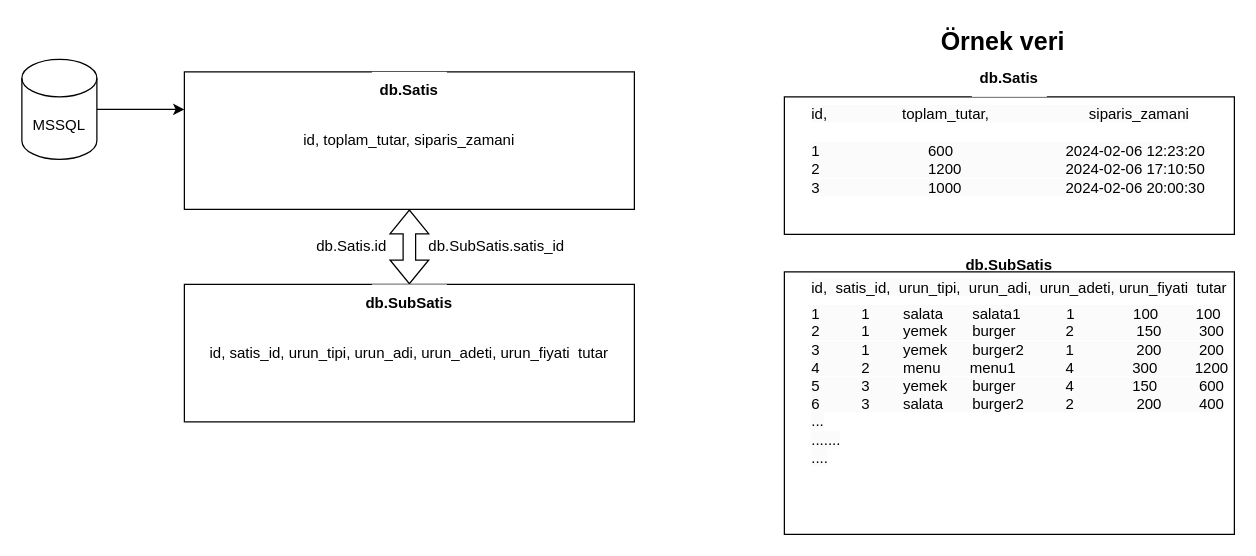
Earlier version of the draw.io diagram Başlıksız Diyagram.drawio (sinancesur34/Food-Ordering-Project). Source tidied: cells renumbered, new cells numbered last; positions are measured from the earlier drawing's top-left corner, leaving out a move shared by most shapes. Both pictures are drawn from the tidied source at 125%, with x=0, y=0 at pixel (21, 21).
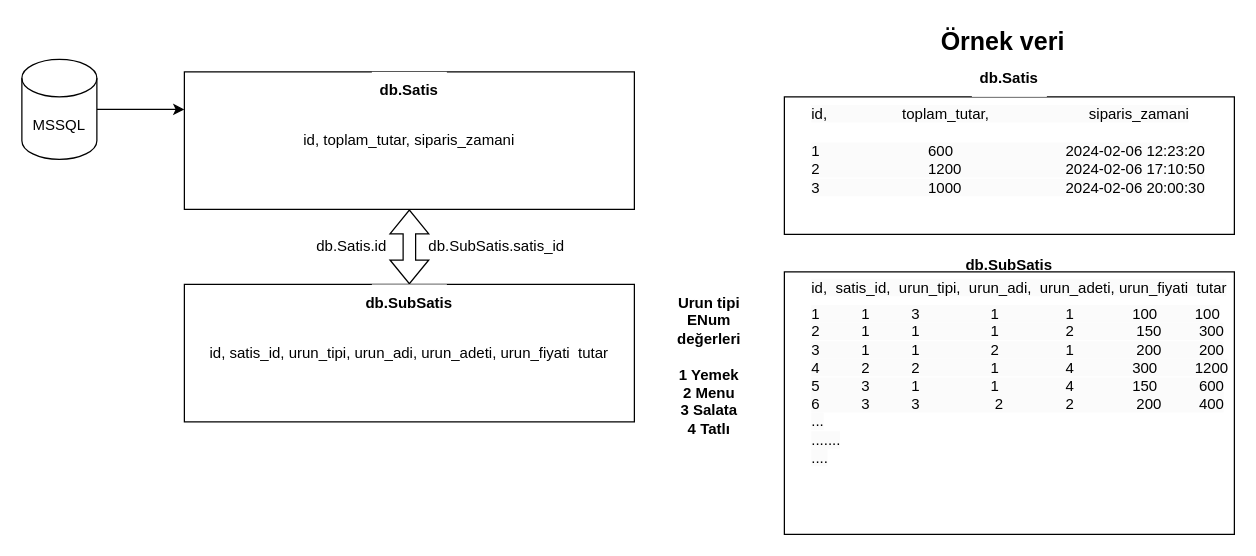
Above is the later version.

What changed in the source:
```diff
@@
-    <mxCell id="18" value="&lt;span style=&quot;color: rgb(0, 0, 0); font-family: Helvetica; font-size: 12px; font-style: normal; font-variant-ligatures: normal; font-variant-caps: normal; font-weight: 400; letter-spacing: normal; orphans: 2; text-align: center; text-indent: 0px; text-transform: none; widows: 2; word-spacing: 0px; -webkit-text-stroke-width: 0px; background-color: rgb(251, 251, 251); text-decoration-thickness: initial; text-decoration-style: initial; text-decoration-color: initial; float: none; display: inline !important;&quot;&gt;1&amp;nbsp; &amp;nbsp; &amp;nbsp; &amp;nbsp; &amp;nbsp; 1&amp;nbsp; &amp;nbsp; &amp;nbsp; &amp;nbsp; salata&amp;nbsp; &amp;nbsp; &amp;nbsp; &amp;nbsp;salata1&amp;nbsp; &amp;nbsp; &amp;nbsp; &amp;nbsp; &amp;nbsp; &amp;nbsp;1&amp;nbsp; &amp;nbsp; &amp;nbsp; &amp;nbsp; &amp;nbsp; &amp;nbsp; &amp;nbsp; 100&amp;nbsp; &amp;nbsp; &amp;nbsp; &amp;nbsp; &amp;nbsp;100&lt;br&gt;2&amp;nbsp; &amp;nbsp; &amp;nbsp; &amp;nbsp; &amp;nbsp; 1&amp;nbsp; &amp;nbsp; &amp;nbsp; &amp;nbsp; yemek&amp;nbsp; &amp;nbsp; &amp;nbsp; burger&amp;nbsp; &amp;nbsp; &amp;nbsp; &amp;nbsp; &amp;nbsp; &amp;nbsp; 2&amp;nbsp; &amp;nbsp; &amp;nbsp; &amp;nbsp; &amp;nbsp; &amp;nbsp; &amp;nbsp; &amp;nbsp;150&amp;nbsp; &amp;nbsp; &amp;nbsp; &amp;nbsp; &amp;nbsp;300&lt;br&gt;3&amp;nbsp; &amp;nbsp; &amp;nbsp; &amp;nbsp; &amp;nbsp; 1&amp;nbsp; &amp;nbsp; &amp;nbsp; &amp;nbsp; yemek&amp;nbsp; &amp;nbsp; &amp;nbsp; burger2&amp;nbsp; &amp;nbsp; &amp;nbsp; &amp;nbsp; &amp;nbsp; 1&amp;nbsp; &amp;nbsp; &amp;nbsp; &amp;nbsp; &amp;nbsp; &amp;nbsp; &amp;nbsp; &amp;nbsp;200&amp;nbsp; &amp;nbsp; &amp;nbsp; &amp;nbsp; &amp;nbsp;200&lt;br&gt;4&amp;nbsp; &amp;nbsp; &amp;nbsp; &amp;nbsp; &amp;nbsp; 2&amp;nbsp; &amp;nbsp; &amp;nbsp; &amp;nbsp; menu&amp;nbsp; &amp;nbsp; &amp;nbsp; &amp;nbsp;menu1&amp;nbsp; &amp;nbsp; &amp;nbsp; &amp;nbsp; &amp;nbsp; &amp;nbsp; 4&amp;nbsp; &amp;nbsp; &amp;nbsp; &amp;nbsp; &amp;nbsp; &amp;nbsp; &amp;nbsp; 300&amp;nbsp; &amp;nbsp; &amp;nbsp; &amp;nbsp; &amp;nbsp;1200&lt;br style=&quot;border-color: var(--border-color);&quot;&gt;5&amp;nbsp; &amp;nbsp; &amp;nbsp; &amp;nbsp; &amp;nbsp; 3&amp;nbsp; &amp;nbsp; &amp;nbsp; &amp;nbsp; yemek&amp;nbsp; &amp;nbsp; &amp;nbsp; burger&amp;nbsp; &amp;nbsp; &amp;nbsp; &amp;nbsp; &amp;nbsp; &amp;nbsp; 4&amp;nbsp; &amp;nbsp; &amp;nbsp; &amp;nbsp; &amp;nbsp; &amp;nbsp; &amp;nbsp; 150&amp;nbsp; &amp;nbsp; &amp;nbsp; &amp;nbsp; &amp;nbsp; 600&lt;br style=&quot;border-color: var(--border-color);&quot;&gt;6&amp;nbsp; &amp;nbsp; &amp;nbsp; &amp;nbsp; &amp;nbsp; 3&amp;nbsp; &amp;nbsp; &amp;nbsp; &amp;nbsp; salata&amp;nbsp; &amp;nbsp; &amp;nbsp; &amp;nbsp;burger2&amp;nbsp; &amp;nbsp; &amp;nbsp; &amp;nbsp; &amp;nbsp; 2&amp;nbsp; &amp;nbsp; &amp;nbsp; &amp;nbsp; &amp;nbsp; &amp;nbsp; &amp;nbsp; &amp;nbsp;200&amp;nbsp; &amp;nbsp; &amp;nbsp; &amp;nbsp; &amp;nbsp;400&lt;br style=&quot;border-color: var(--border-color);&quot;&gt;...&lt;br style=&quot;border-color: var(--border-color);&quot;&gt;.......&lt;br&gt;....&lt;br&gt;&lt;/span&gt;" style="text;whiteSpace=wrap;html=1;" parent="1" vertex="1">
+    <mxCell id="18" value="&lt;span style=&quot;color: rgb(0, 0, 0); font-family: Helvetica; font-size: 12px; font-style: normal; font-variant-ligatures: normal; font-variant-caps: normal; font-weight: 400; letter-spacing: normal; orphans: 2; text-align: center; text-indent: 0px; text-transform: none; widows: 2; word-spacing: 0px; -webkit-text-stroke-width: 0px; background-color: rgb(251, 251, 251); text-decoration-thickness: initial; text-decoration-style: initial; text-decoration-color: initial; float: none; display: inline !important;&quot;&gt;1&amp;nbsp; &amp;nbsp; &amp;nbsp; &amp;nbsp; &amp;nbsp; 1&amp;nbsp; &amp;nbsp; &amp;nbsp; &amp;nbsp; &amp;nbsp; 3&amp;nbsp; &amp;nbsp; &amp;nbsp; &amp;nbsp; &amp;nbsp; &amp;nbsp; &amp;nbsp; &amp;nbsp; &amp;nbsp;1&amp;nbsp; &amp;nbsp; &amp;nbsp; &amp;nbsp; &amp;nbsp; &amp;nbsp; &amp;nbsp; &amp;nbsp; 1&amp;nbsp; &amp;nbsp; &amp;nbsp; &amp;nbsp; &amp;nbsp; &amp;nbsp; &amp;nbsp; 100&amp;nbsp; &amp;nbsp; &amp;nbsp; &amp;nbsp; &amp;nbsp;100&lt;br&gt;2&amp;nbsp; &amp;nbsp; &amp;nbsp; &amp;nbsp; &amp;nbsp; 1&amp;nbsp; &amp;nbsp; &amp;nbsp; &amp;nbsp; &amp;nbsp; 1&amp;nbsp; &amp;nbsp; &amp;nbsp; &amp;nbsp; &amp;nbsp; &amp;nbsp; &amp;nbsp; &amp;nbsp; &amp;nbsp;1&amp;nbsp; &amp;nbsp; &amp;nbsp; &amp;nbsp; &amp;nbsp; &amp;nbsp; &amp;nbsp; &amp;nbsp; 2&amp;nbsp; &amp;nbsp; &amp;nbsp; &amp;nbsp; &amp;nbsp; &amp;nbsp; &amp;nbsp; &amp;nbsp;150&amp;nbsp; &amp;nbsp; &amp;nbsp; &amp;nbsp; &amp;nbsp;300&lt;br&gt;3&amp;nbsp; &amp;nbsp; &amp;nbsp; &amp;nbsp; &amp;nbsp; 1&amp;nbsp; &amp;nbsp; &amp;nbsp; &amp;nbsp; &amp;nbsp; 1&amp;nbsp; &amp;nbsp; &amp;nbsp; &amp;nbsp; &amp;nbsp; &amp;nbsp; &amp;nbsp; &amp;nbsp; &amp;nbsp;2&amp;nbsp; &amp;nbsp; &amp;nbsp; &amp;nbsp; &amp;nbsp; &amp;nbsp; &amp;nbsp; &amp;nbsp; 1&amp;nbsp; &amp;nbsp; &amp;nbsp; &amp;nbsp; &amp;nbsp; &amp;nbsp; &amp;nbsp; &amp;nbsp;200&amp;nbsp; &amp;nbsp; &amp;nbsp; &amp;nbsp; &amp;nbsp;200&lt;br&gt;4&amp;nbsp; &amp;nbsp; &amp;nbsp; &amp;nbsp; &amp;nbsp; 2&amp;nbsp; &amp;nbsp; &amp;nbsp; &amp;nbsp; &amp;nbsp; 2&amp;nbsp; &amp;nbsp; &amp;nbsp; &amp;nbsp; &amp;nbsp; &amp;nbsp; &amp;nbsp; &amp;nbsp; &amp;nbsp;1&amp;nbsp; &amp;nbsp; &amp;nbsp; &amp;nbsp; &amp;nbsp; &amp;nbsp; &amp;nbsp; &amp;nbsp; 4&amp;nbsp; &amp;nbsp; &amp;nbsp; &amp;nbsp; &amp;nbsp; &amp;nbsp; &amp;nbsp; 300&amp;nbsp; &amp;nbsp; &amp;nbsp; &amp;nbsp; &amp;nbsp;1200&lt;br style=&quot;border-color: var(--border-color);&quot;&gt;5&amp;nbsp; &amp;nbsp; &amp;nbsp; &amp;nbsp; &amp;nbsp; 3&amp;nbsp; &amp;nbsp; &amp;nbsp; &amp;nbsp; &amp;nbsp; 1&amp;nbsp; &amp;nbsp; &amp;nbsp; &amp;nbsp; &amp;nbsp; &amp;nbsp; &amp;nbsp; &amp;nbsp; &amp;nbsp;1&amp;nbsp; &amp;nbsp; &amp;nbsp; &amp;nbsp; &amp;nbsp; &amp;nbsp; &amp;nbsp; &amp;nbsp; 4&amp;nbsp; &amp;nbsp; &amp;nbsp; &amp;nbsp; &amp;nbsp; &amp;nbsp; &amp;nbsp; 150&amp;nbsp; &amp;nbsp; &amp;nbsp; &amp;nbsp; &amp;nbsp; 600&lt;br style=&quot;border-color: var(--border-color);&quot;&gt;6&amp;nbsp; &amp;nbsp; &amp;nbsp; &amp;nbsp; &amp;nbsp; 3&amp;nbsp; &amp;nbsp; &amp;nbsp; &amp;nbsp; &amp;nbsp; 3&amp;nbsp; &amp;nbsp; &amp;nbsp; &amp;nbsp; &amp;nbsp; &amp;nbsp; &amp;nbsp; &amp;nbsp; &amp;nbsp; 2&amp;nbsp; &amp;nbsp; &amp;nbsp; &amp;nbsp; &amp;nbsp; &amp;nbsp; &amp;nbsp; &amp;nbsp;2&amp;nbsp; &amp;nbsp; &amp;nbsp; &amp;nbsp; &amp;nbsp; &amp;nbsp; &amp;nbsp; &amp;nbsp;200&amp;nbsp; &amp;nbsp; &amp;nbsp; &amp;nbsp; &amp;nbsp;400&lt;br style=&quot;border-color: var(--border-color);&quot;&gt;...&lt;br style=&quot;border-color: var(--border-color);&quot;&gt;.......&lt;br&gt;....&lt;br&gt;&lt;/span&gt;" style="text;whiteSpace=wrap;html=1;" parent="1" vertex="1">
       <mxGeometry x="630" y="220" width="340" height="40" as="geometry" />
     </mxCell>
@@
+    <mxCell id="20" value="Urun tipi ENum değerleri&lt;br&gt;&lt;br&gt;1 Yemek&lt;br&gt;2 Menu&lt;br&gt;3 Salata&lt;br&gt;4 Tatlı" style="text;html=1;strokeColor=none;fillColor=none;align=center;verticalAlign=middle;whiteSpace=wrap;rounded=0;fontStyle=1;" parent="1" vertex="1">
+      <mxGeometry x="520" y="260" width="60" height="30" as="geometry" />
+    </mxCell>
```
